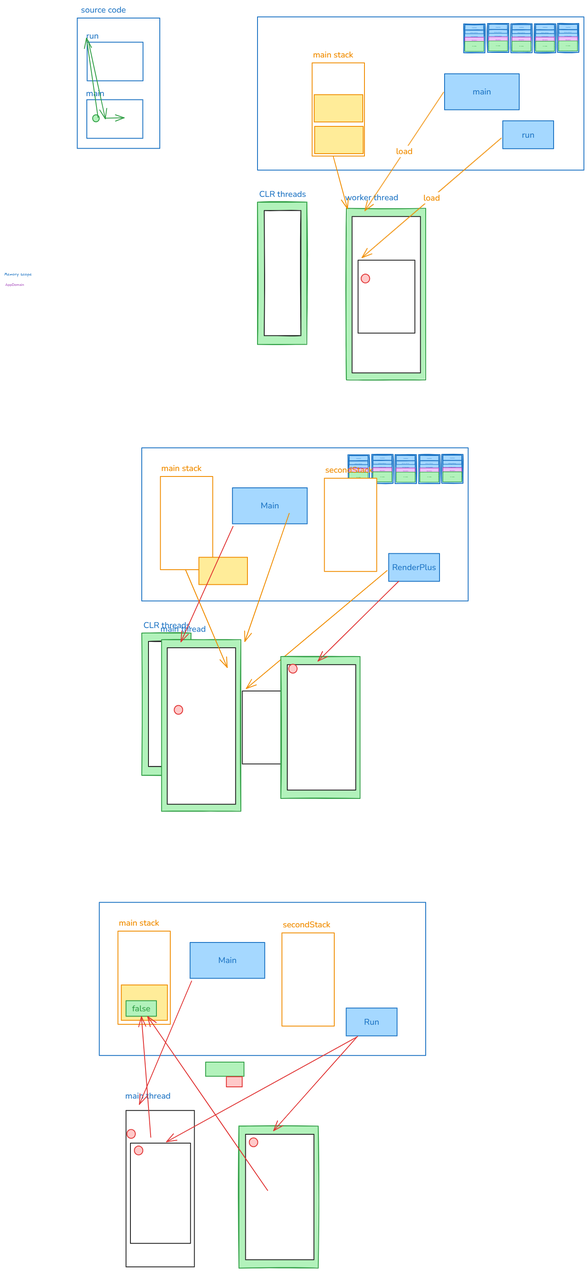
Above: img/2.thread.excalidraw.png in silvercodes/p41_sp (Excalidraw), before the change. Source tidied: one line per element, renumbered; positions are measured from the earlier drawing's top-left corner, leaving out a move shared by most shapes.
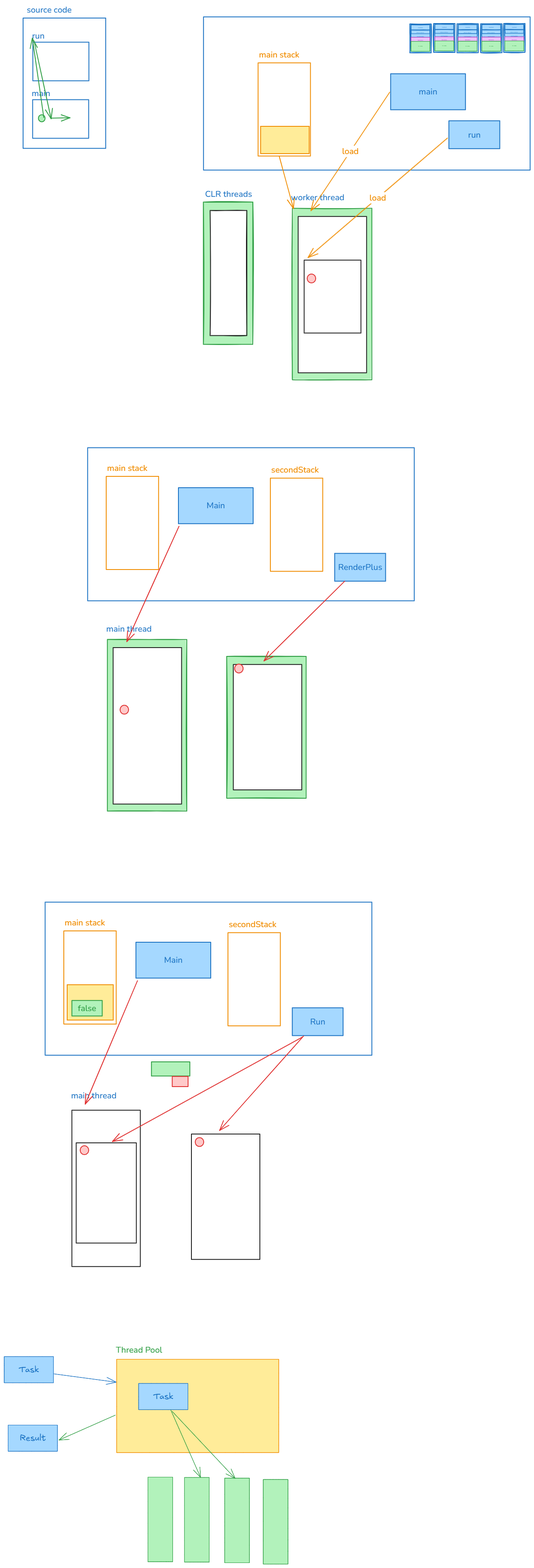
After the commit.

What changed in the source:
```diff
@@ -125,3 +125,19 @@
 {"id": 124, "type": "arrow", "strokeColor": "#e03131", "backgroundColor": "#b2f2bb", "fillStyle": "solid", "strokeWidth": 2, "roughness": 0, "endArrowhead": "arrow", "round": true, "from": 107, "to": 122, "x": 665, "y": 2461, "width": 453, "height": 249, "points": [[0, 0], [-453, 249]]}
 {"id": 125, "type": "rectangle", "strokeColor": "#2f9e44", "backgroundColor": "#b2f2bb", "fillStyle": "solid", "strokeWidth": 2, "roughness": 0, "x": 306, "y": 2520, "width": 91, "height": 34}
 {"id": 126, "type": "rectangle", "strokeColor": "#e03131", "backgroundColor": "#ffc9c9", "fillStyle": "solid", "strokeWidth": 2, "roughness": 0, "x": 355, "y": 2555, "width": 38, "height": 24}
+{"id": 127, "type": "rectangle", "strokeColor": "#f08c00", "backgroundColor": "#ffec99", "fillStyle": "solid", "strokeWidth": 1, "roughness": 0, "x": 223, "y": 3229, "width": 386, "height": 222}
+{"id": 128, "type": "rectangle", "strokeColor": "#1971c2", "backgroundColor": "#a5d8ff", "fillStyle": "solid", "strokeWidth": 1, "roughness": 0, "x": -45, "y": 3222, "width": 117, "height": 62}
+{"id": 129, "type": "text", "text": "Task", "strokeColor": "#1971c2", "backgroundColor": "#a5d8ff", "fillStyle": "solid", "strokeWidth": 1, "roughness": 0, "fontSize": 20, "fontFamily": 5, "textAlign": "center", "verticalAlign": "middle", "inside": 128, "x": -10, "y": 3241, "width": 48, "height": 25}
+{"id": 130, "type": "arrow", "strokeColor": "#1971c2", "backgroundColor": "#a5d8ff", "fillStyle": "solid", "strokeWidth": 1, "roughness": 0, "endArrowhead": "arrow", "round": true, "from": 128, "to": 127, "x": 73, "y": 3263, "width": 148, "height": 20, "points": [[0, 0], [148, 20]]}
+{"id": 131, "type": "rectangle", "strokeColor": "#2f9e44", "backgroundColor": "#b2f2bb", "fillStyle": "solid", "strokeWidth": 1, "roughness": 0, "x": 297, "y": 3509, "width": 59, "height": 202}
+{"id": 132, "type": "rectangle", "strokeColor": "#2f9e44", "backgroundColor": "#b2f2bb", "fillStyle": "solid", "strokeWidth": 1, "roughness": 0, "x": 384, "y": 3510, "width": 59, "height": 202}
+{"id": 133, "type": "rectangle", "strokeColor": "#2f9e44", "backgroundColor": "#b2f2bb", "fillStyle": "solid", "strokeWidth": 1, "roughness": 0, "x": 480, "y": 3512, "width": 59, "height": 202}
+{"id": 134, "type": "rectangle", "strokeColor": "#2f9e44", "backgroundColor": "#b2f2bb", "fillStyle": "solid", "strokeWidth": 1, "roughness": 0, "x": 572, "y": 3515, "width": 59, "height": 202}
+{"id": 135, "type": "rectangle", "strokeColor": "#1971c2", "backgroundColor": "#a5d8ff", "fillStyle": "solid", "strokeWidth": 1, "roughness": 0, "x": 275, "y": 3286, "width": 117, "height": 62}
+{"id": 136, "type": "text", "text": "Task", "strokeColor": "#1971c2", "backgroundColor": "#a5d8ff", "fillStyle": "solid", "strokeWidth": 1, "roughness": 0, "fontSize": 20, "fontFamily": 5, "textAlign": "center", "verticalAlign": "middle", "inside": 135, "x": 310, "y": 3305, "width": 48, "height": 25}
+{"id": 137, "type": "arrow", "strokeColor": "#2f9e44", "backgroundColor": "#b2f2bb", "fillStyle": "solid", "strokeWidth": 1, "roughness": 0, "endArrowhead": "arrow", "round": true, "from": 135, "to": 132, "x": 352, "y": 3349, "width": 71, "height": 161, "points": [[0, 0], [71, 161]]}
+{"id": 138, "type": "arrow", "strokeColor": "#2f9e44", "backgroundColor": "#b2f2bb", "fillStyle": "solid", "strokeWidth": 1, "roughness": 0, "endArrowhead": "arrow", "round": true, "from": 135, "to": 133, "x": 355, "y": 3353, "width": 150, "height": 160, "points": [[0, 0], [150, 160]]}
+{"id": 139, "type": "arrow", "strokeColor": "#2f9e44", "backgroundColor": "#b2f2bb", "fillStyle": "solid", "strokeWidth": 1, "roughness": 0, "endArrowhead": "arrow", "round": true, "from": 127, "to": 140, "x": 220, "y": 3362, "width": 134, "height": 59, "points": [[0, 0], [-134, 59]]}
+{"id": 140, "type": "rectangle", "strokeColor": "#1971c2", "backgroundColor": "#a5d8ff", "fillStyle": "solid", "strokeWidth": 1, "roughness": 0, "x": -36, "y": 3385, "width": 117, "height": 62}
+{"id": 141, "type": "text", "text": "Result", "strokeColor": "#1971c2", "backgroundColor": "#a5d8ff", "fillStyle": "solid", "strokeWidth": 1, "roughness": 0, "fontSize": 20, "fontFamily": 5, "textAlign": "center", "verticalAlign": "middle", "inside": 140, "x": -8, "y": 3404, "width": 63, "height": 25}
+{"id": 142, "type": "text", "text": "Thread Pool", "strokeColor": "#2f9e44", "backgroundColor": "#b2f2bb", "fillStyle": "solid", "strokeWidth": 1, "roughness": 0, "fontSize": 20, "fontFamily": 6, "x": 221, "y": 3193, "width": 110, "height": 27}
```
